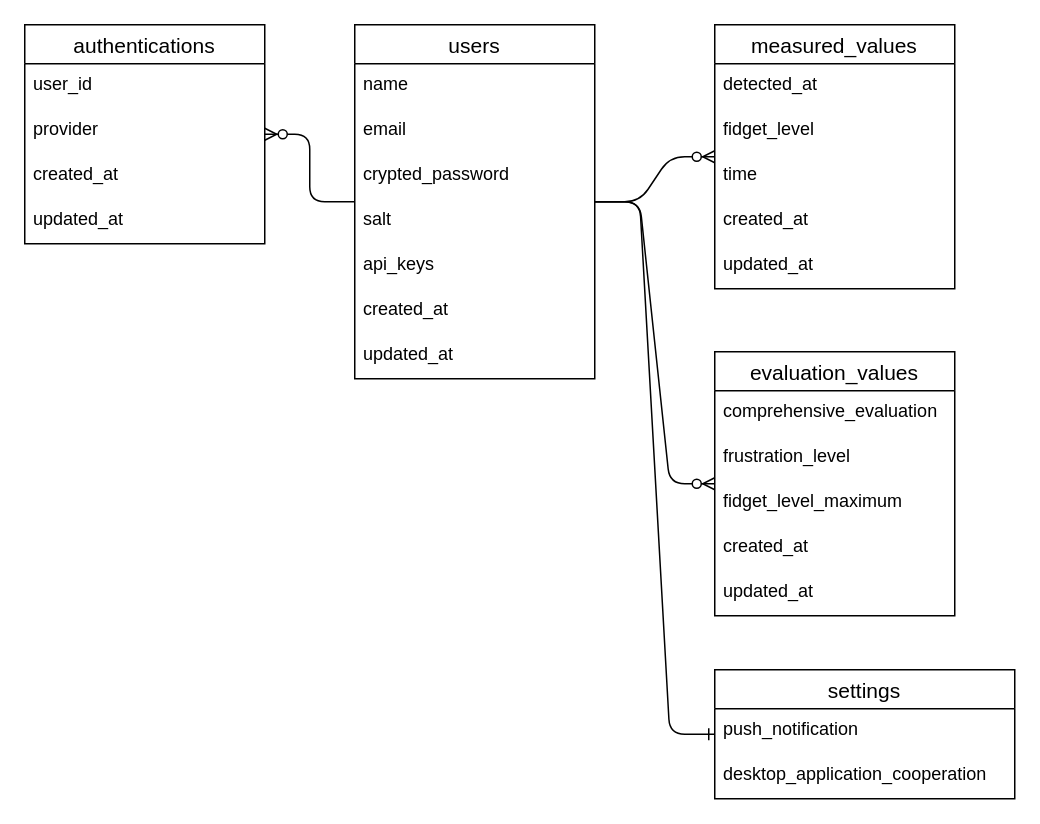
The draw.io diagram ER Diagram for fidgeting_meter.drawio in FukiHayashi/fidgeting_meter, before the edit. Source tidied: cells renumbered, new cells numbered last; positions are measured from the earlier drawing's top-left corner, leaving out a move shared by most shapes. Both pictures are drawn from the tidied source at 150%, with x=0, y=0 at pixel (24, 24).
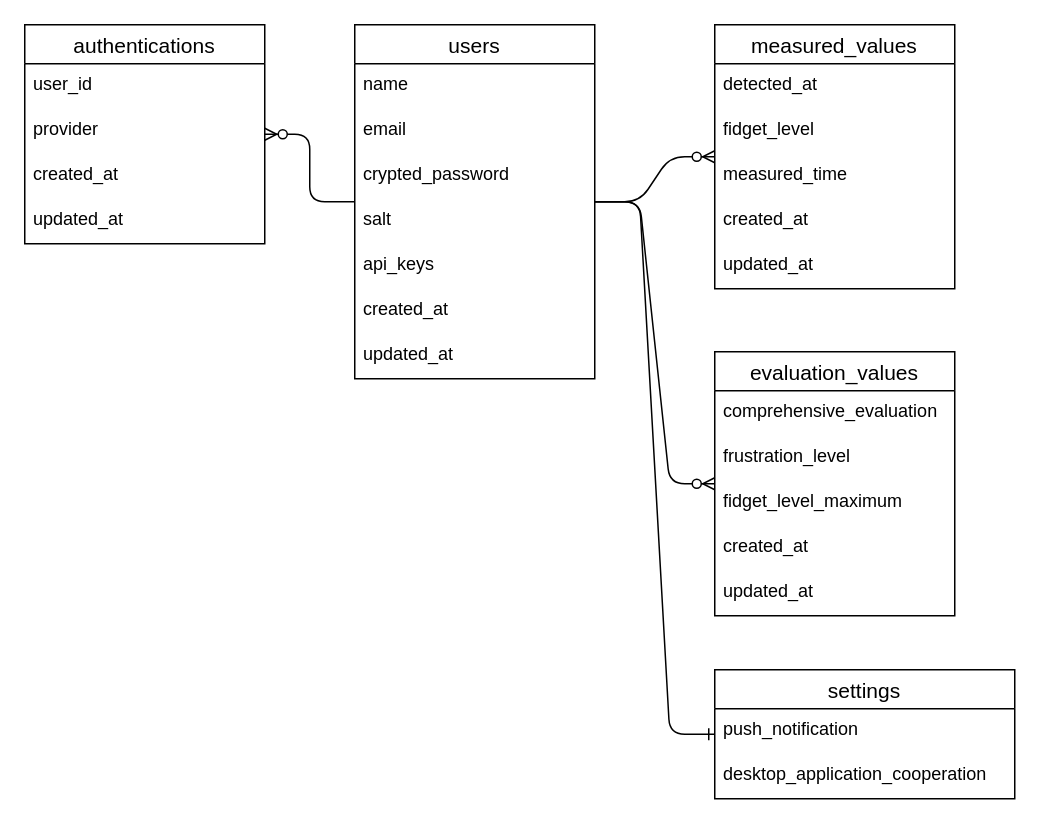
The same diagram, later.

Commit message:
ER図のカラム名「time」を「measured_time」に変更

Unchanged cells that the change refers to:
```xml
<mxCell id="10" value="measured_values" style="swimlane;fontStyle=0;horizontal=1;startSize=26;align=center;fontSize=14;" parent="1" vertex="1">
  <mxGeometry x="460" width="160" height="176" as="geometry" />
</mxCell>
```

What changed in the source:
```diff
@@
-    <mxCell id="13" value="time" style="text;strokeColor=none;fillColor=none;spacingLeft=4;spacingRight=4;overflow=hidden;fontSize=12;" parent="10" vertex="1">
+    <mxCell id="13" value="measured_time" style="text;strokeColor=none;fillColor=none;spacingLeft=4;spacingRight=4;overflow=hidden;fontSize=12;" parent="10" vertex="1">
       <mxGeometry y="86" width="160" height="30" as="geometry" />
     </mxCell>
```
